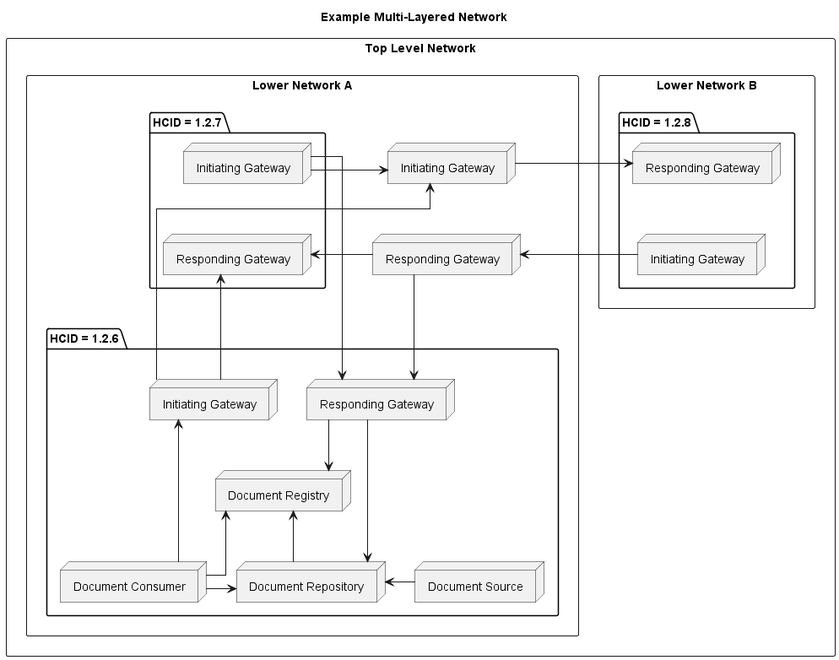
The PlantUML diagram images/multi_layered_network.png in IHE/ITI.Topologies, before a commit.
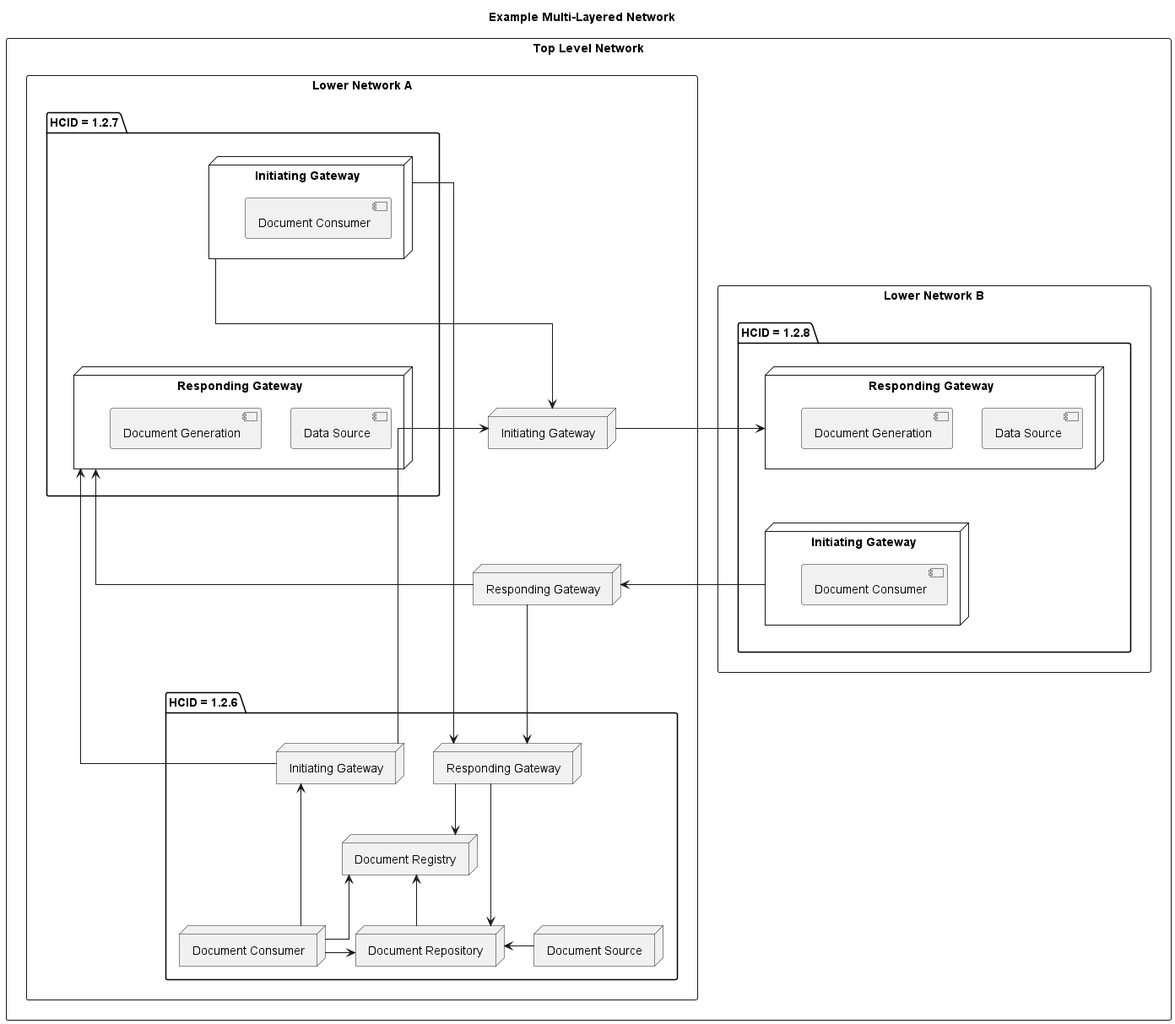
Later version of the same file.

Commit message:
Add components to standalone gateways

The edit, as a diff of the source:
```diff
@@ -1,11 +1,16 @@
-@startuml
+@startuml multi_layered_network
 title "Example Multi-Layered Network"
 skinparam linetype ortho
 rectangle topLevelNetwork as "Top Level Network" {
     rectangle lowerNetworkB as "Lower Network B" {
         package community3 as "HCID = 1.2.8" {
-            node ig3 as "Initiating Gateway"
-            node rg3 as "Responding Gateway"
+            node ig3 as "Initiating Gateway" {
+                component "Document Consumer" as exConsumer1
+            }
+            node rg3 as "Responding Gateway" {
+                component "Data Source" as exSource1
+                component "Document Generation" as exGen1
+            }
         }
     }
     rectangle lowerNetworkA as "Lower Network A" {
@@ -24,19 +29,24 @@
         node ds as "Document Source"
         }
         package community2 as "HCID = 1.2.7" {
-            node ig2 as "Initiating Gateway"
-            node rg2 as "Responding Gateway"
+            node ig2 as "Initiating Gateway" {
+                component "Document Consumer" as exConsumer2
+            }
+            node rg2 as "Responding Gateway" {
+                component "Data Source" as exSource2
+                component "Document Generation" as exGen2
+            }
         }
     }
 }
 ig3 -l-> nrg
 nig -r-> rg3
-ig1 -u-> nig
+ig1 --> nig
 ig2 -r-> nig
 nrg -d-> rg1
 nrg -l-> rg2
-ig1 -l-> rg2
-ig2 -r-> rg1
+ig1 -u-> rg2
+ig2 ----> rg1
 dc -u-> ig1
 rg1 -d-> registry
 rg1 -d-> repo
```
